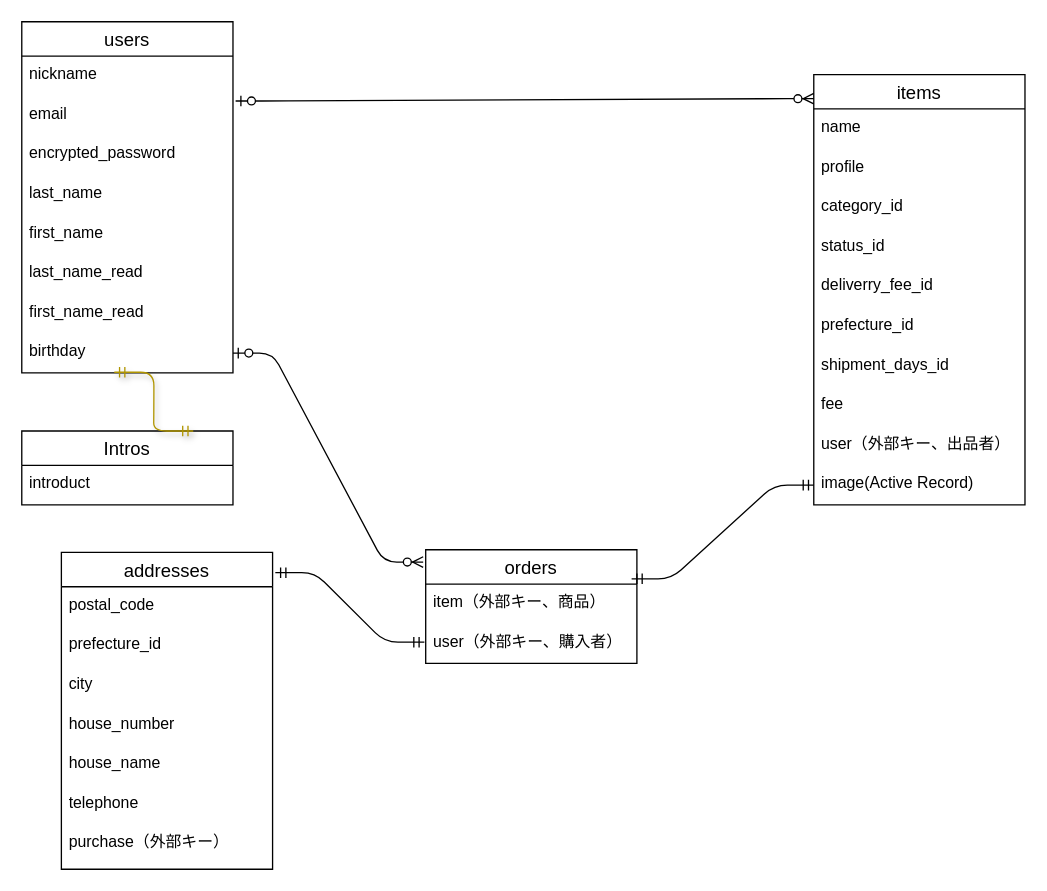
This is furima-34432.dio from DaikiTanaka34432/furima-34432, a draw.io file, before an edit. Source tidied: cells renumbered, new cells numbered last; positions are measured from the earlier drawing's top-left corner, leaving out a move shared by most shapes. Both pictures are drawn from the tidied source at 132%, with x=0, y=0 at pixel (21, 21).
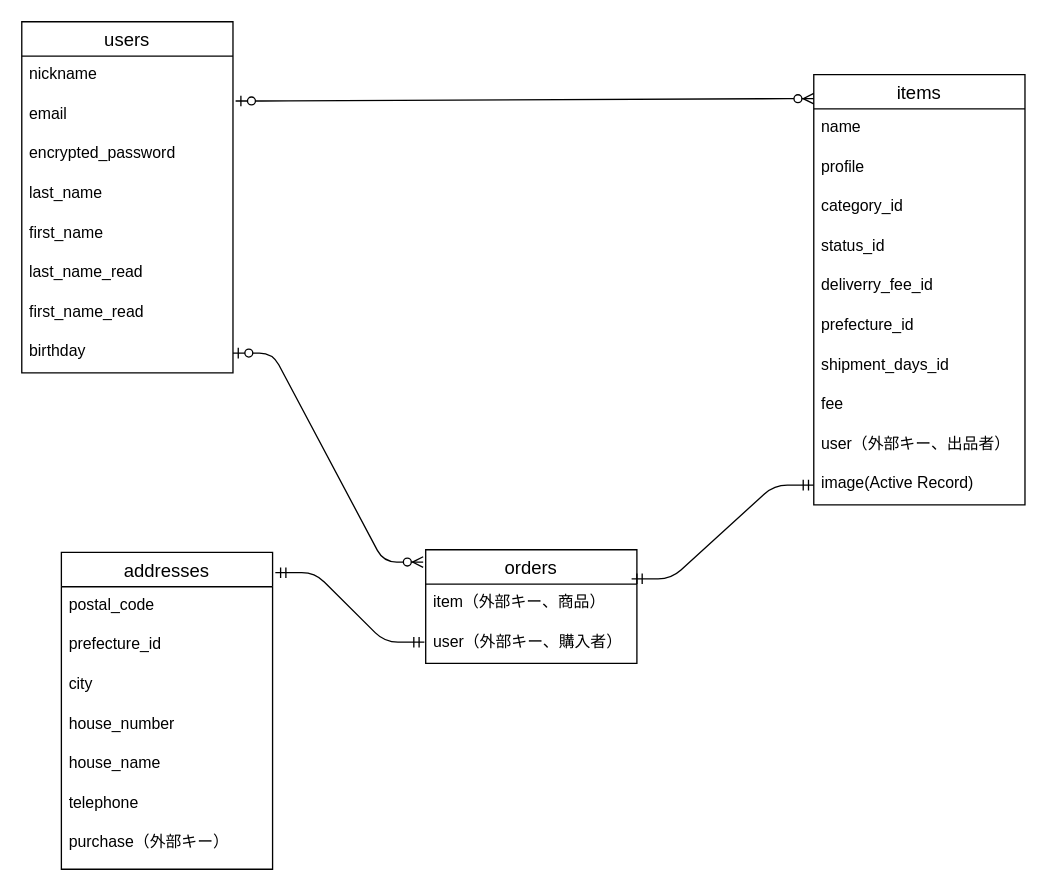
The same page after the edit.

Unchanged cells that the change refers to:
```xml
<mxCell id="24" value="birthday" style="text;strokeColor=none;fillColor=none;spacingLeft=4;spacingRight=4;overflow=hidden;points=[[0,0.5],[1,0.5]];portConstraint=eastwest;fontSize=12;" parent="16" vertex="1">
  <mxGeometry y="236" width="160" height="30" as="geometry" />
</mxCell>
```

Diff of the diagram source:
```diff
@@
-    <mxCell id="37" value="Intros" style="swimlane;fontStyle=0;horizontal=1;startSize=26;align=center;fontSize=14;" parent="1" vertex="1">
-      <mxGeometry y="310" width="160" height="56" as="geometry" />
-    </mxCell>
-    <mxCell id="38" value="introduct" style="text;strokeColor=none;fillColor=none;spacingLeft=4;spacingRight=4;overflow=hidden;fontSize=12;" parent="37" vertex="1">
-      <mxGeometry y="26" width="160" height="30" as="geometry" />
-    </mxCell>
-    <mxCell id="39" style="edgeStyle=entityRelationEdgeStyle;fontSize=12;html=1;endArrow=ERmandOne;startArrow=ERmandOne;fillColor=#e3c800;shadow=1;strokeColor=#B09500;entryX=0.812;entryY=0;entryDx=0;entryDy=0;entryPerimeter=0;exitX=0.438;exitY=0.983;exitDx=0;exitDy=0;exitPerimeter=0;" parent="1" edge="1" source="24" target="37">
-      <mxGeometry relative="1" as="geometry" />
-    </mxCell>
```
